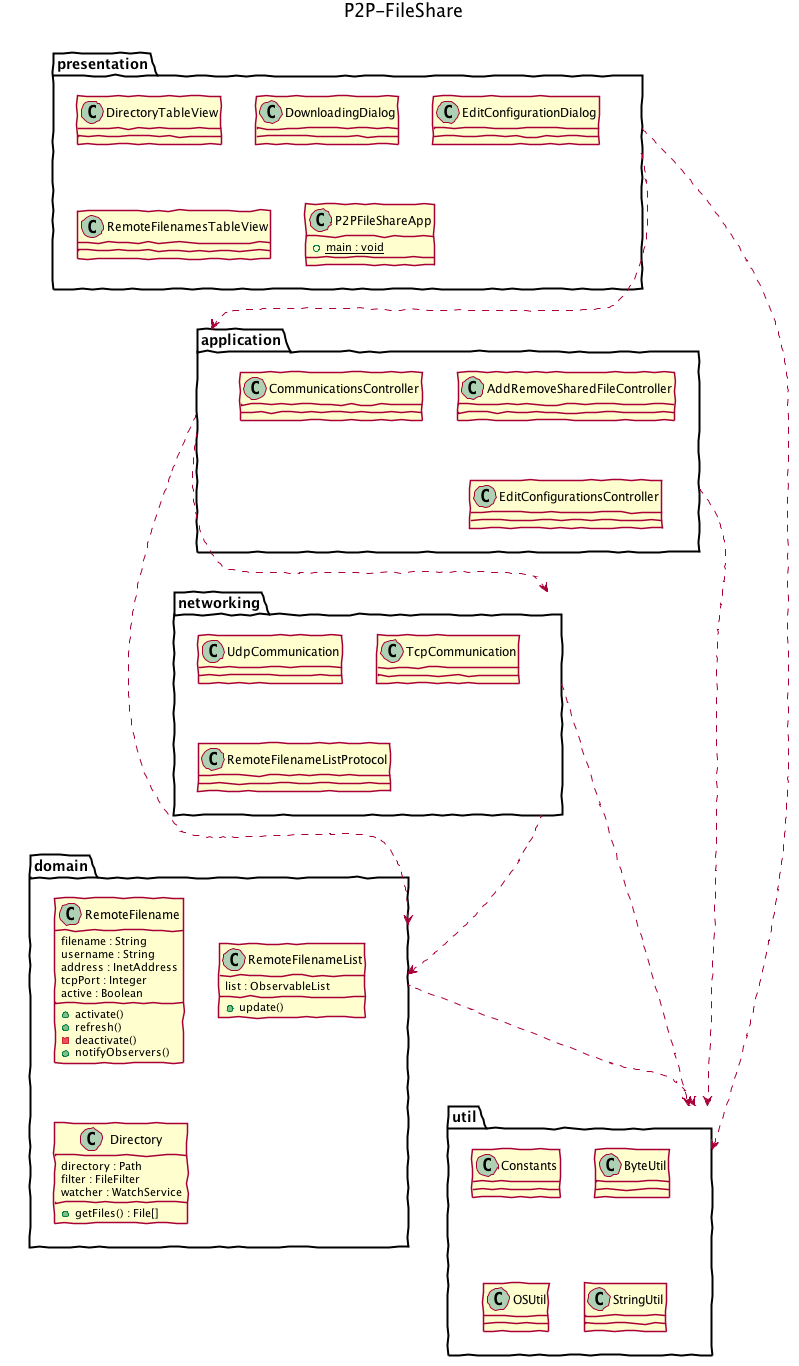
Above: documentation/DomainModel.png in danieljfgoncalves/p2p-file-share-app (PlantUML), before the change. Source of this version:
```plantuml
@startuml

skinparam handwritten true
skinparam monochrome false
skinparam defaultFontName FG Virgil
skinparam shadowing false

title P2P-FileShare

package "presentation" {

    class DirectoryTableView
    class DownloadingDialog
    class EditConfigurationDialog
    class RemoteFilenamesTableView
    class P2PFileShareApp {

        + {static} main : void
    }
}

package "application" {
    class AddRemoveSharedFileController
    class CommunicationsController
    class EditConfigurationsController
}

package "networking" {

    class UdpCommunication
    class TcpCommunication
    class RemoteFilenameListProtocol
}

package "domain" {

    class RemoteFilename {
        filename : String
        username : String
        address : InetAddress
        tcpPort : Integer
        active : Boolean

        +activate()
        +refresh()
        -deactivate()
        +notifyObservers()
    }
    class RemoteFilenameList {
        list : ObservableList
        +update()
    }
    class Directory {
        directory : Path
        filter : FileFilter
        watcher : WatchService
        +getFiles() : File[]
    }
}

package "util" {
    class Constants
    class ByteUtil
    class OSUtil
    class StringUtil
}

application .> domain
application ...> networking
networking ...> domain
presentation ...> application

networking ..> util
domain ..> util
presentation ..> util
application ..> util

@enduml
```
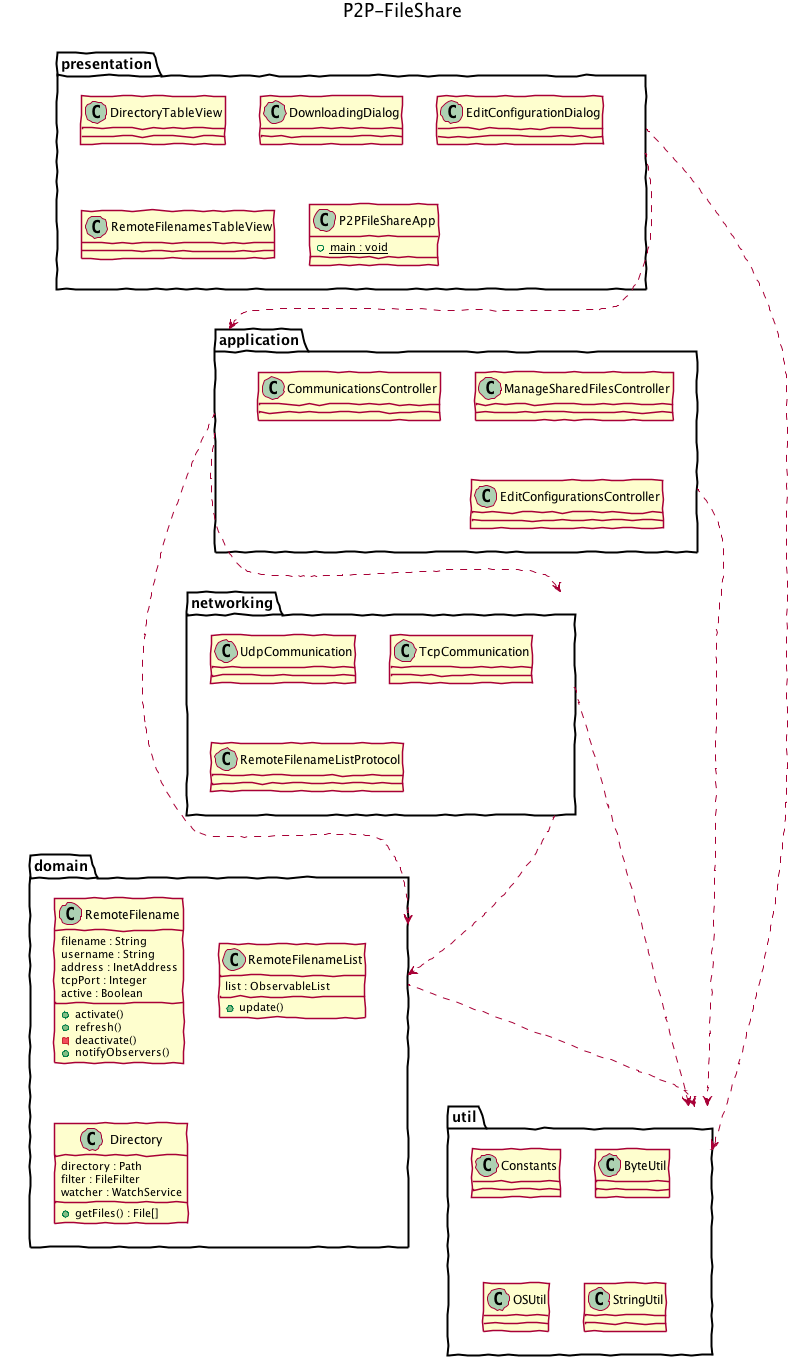
Above is the later version.

What changed in the source:
```diff
@@ -20,7 +20,7 @@
 }
 
 package "application" {
-    class AddRemoveSharedFileController
+    class ManageSharedFilesController
     class CommunicationsController
     class EditConfigurationsController
 }
```
